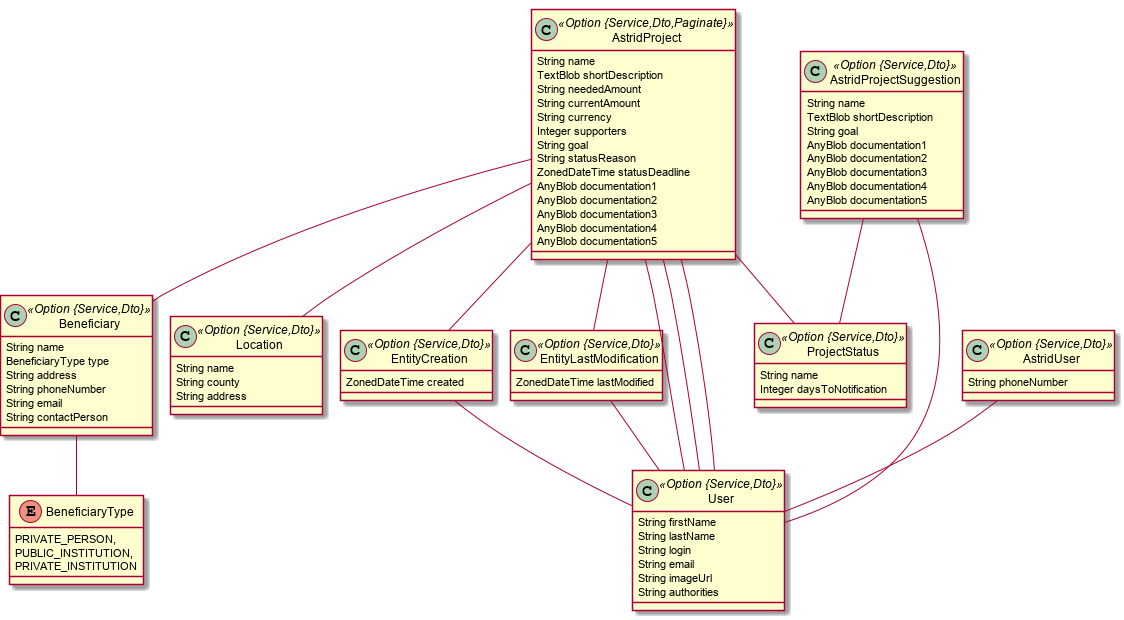
popica14/astrid-diaspora keeps this PlantUML diagram as astrid-diaspora.png. Above is the earlier version.
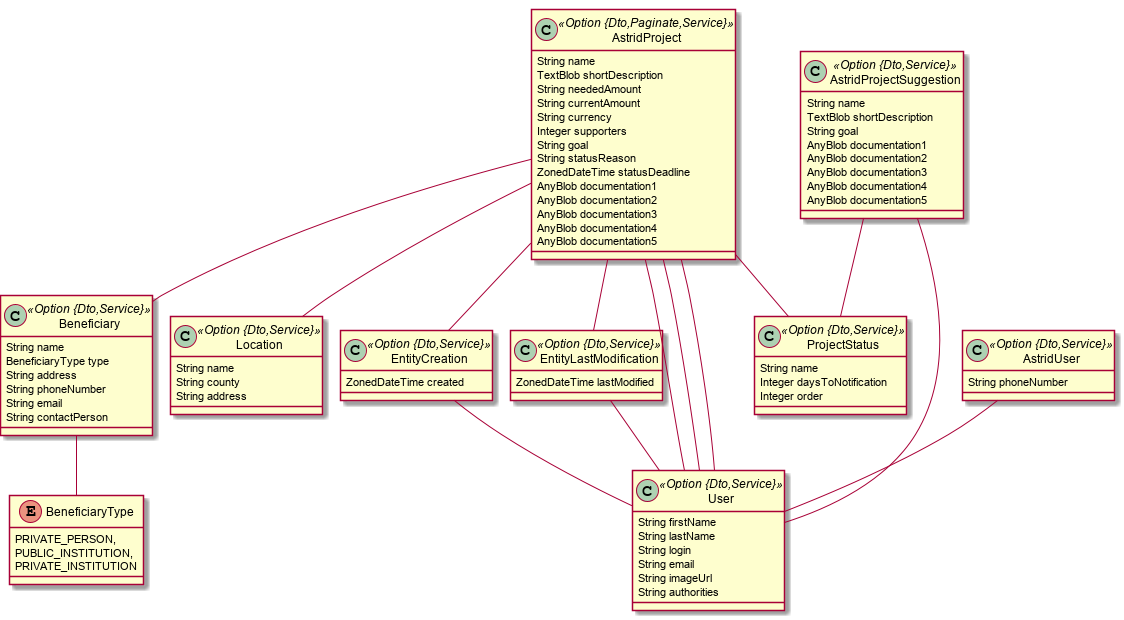
The same file after the commit.

What changed in the source:
```diff
@@ -1,7 +1,7 @@
 @startuml
 	!pragma graphviz_dot jdot
 	!pragma syntax class
-	class AstridProject <<Option {Service,Dto,Paginate}>> {
+	class AstridProject <<Option {Dto,Paginate,Service}>> {
 		String name
 		TextBlob shortDescription
 		String neededAmount
@@ -17,7 +17,7 @@
 		AnyBlob documentation4
 		AnyBlob documentation5
 	}
-	class AstridProjectSuggestion <<Option {Service,Dto}>> {
+	class AstridProjectSuggestion <<Option {Dto,Service}>> {
 		String name
 		TextBlob shortDescription
 		String goal
@@ -27,10 +27,10 @@
 		AnyBlob documentation4
 		AnyBlob documentation5
 	}
-	class AstridUser <<Option {Service,Dto}>> {
+	class AstridUser <<Option {Dto,Service}>> {
 		String phoneNumber
 	}
-	class Beneficiary <<Option {Service,Dto}>> {
+	class Beneficiary <<Option {Dto,Service}>> {
 		String name
 		BeneficiaryType type
 		String address
@@ -39,7 +39,7 @@
 		String contactPerson
 	}
 	Beneficiary ..> BeneficiaryType
-	class Location <<Option {Service,Dto}>> {
+	class Location <<Option {Dto,Service}>> {
 		String name
 		String county
 		String address
@@ -49,14 +49,15 @@
 		PUBLIC_INSTITUTION,
 		PRIVATE_INSTITUTION
 	}
-	class ProjectStatus <<Option {Service,Dto}>> {
+	class ProjectStatus <<Option {Dto,Service}>> {
 		String name
 		Integer daysToNotification
+		Integer order
 	}
-	class EntityCreation <<Option {Service,Dto}>> {
+	class EntityCreation <<Option {Dto,Service}>> {
 		ZonedDateTime created
 	}
-	class EntityLastModification <<Option {Service,Dto}>> {
+	class EntityLastModification <<Option {Dto,Service}>> {
 		ZonedDateTime lastModified
 	}
 	AstridProject  "responsible(login)  1..* " o-- "0..1 "  User
@@ -72,7 +73,7 @@
 	AstridUser  "0..1 " -- "0..1 "  User
 	AstridProject  "implementationTeam(login) 0..* " o--o "0..* "  User
 	AstridProject  "beneficiaries(name) 0..* " o--o "projects(name) 0..* "  Beneficiary
-	class User <<Option {Service,Dto}>> {
+	class User <<Option {Dto,Service}>> {
 		String firstName
 		String lastName
 		String login
```
